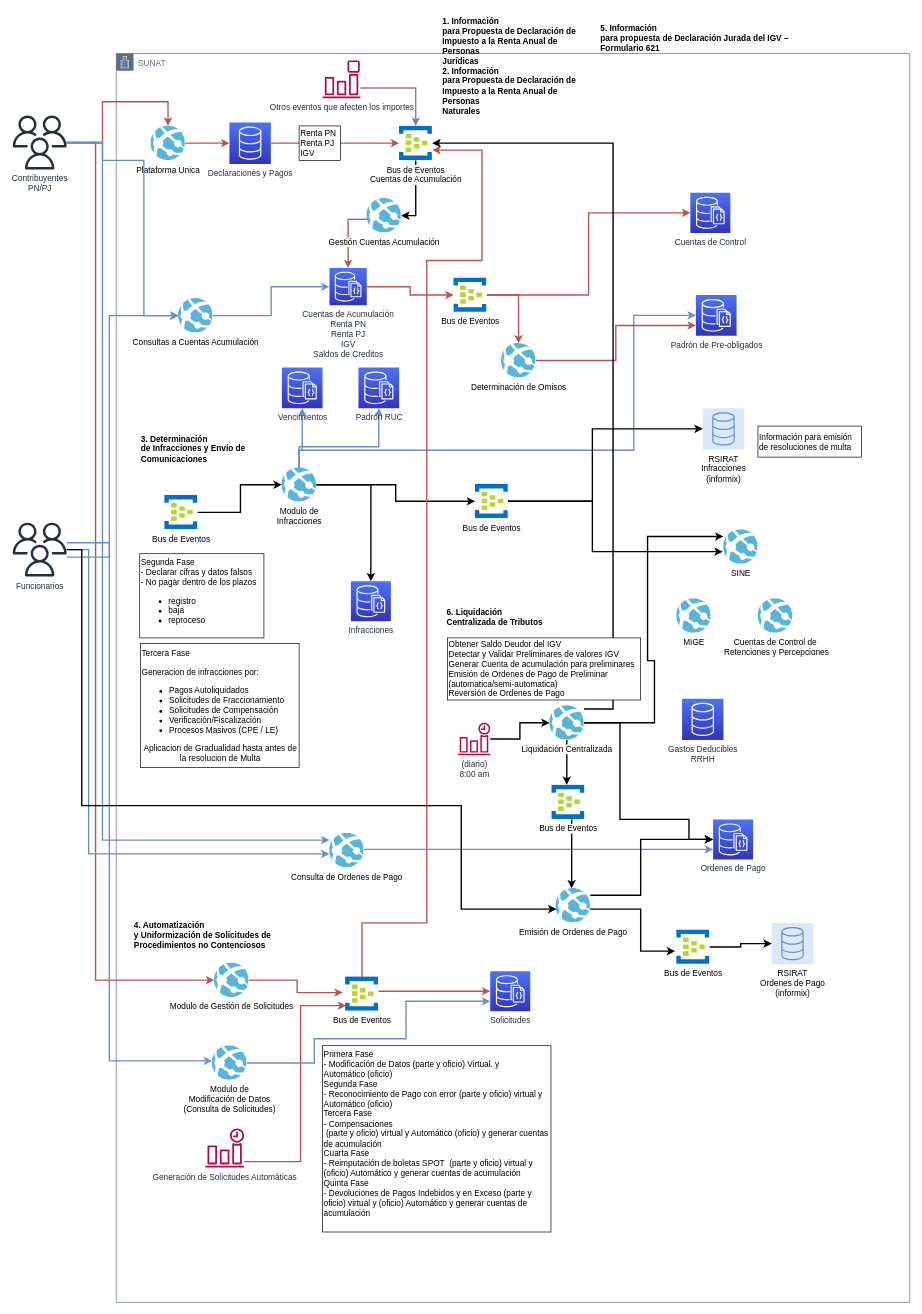
Above: Diagrama Arquitectura CU 2022-V2.drawio in skynet25/cuentaunica (draw.io), before the change. Source tidied: cells renumbered, new cells numbered last; positions are measured from the earlier drawing's top-left corner, leaving out a move shared by most shapes. Both pictures are drawn from the tidied source at 69%, with x=0, y=0 at pixel (12, 12).
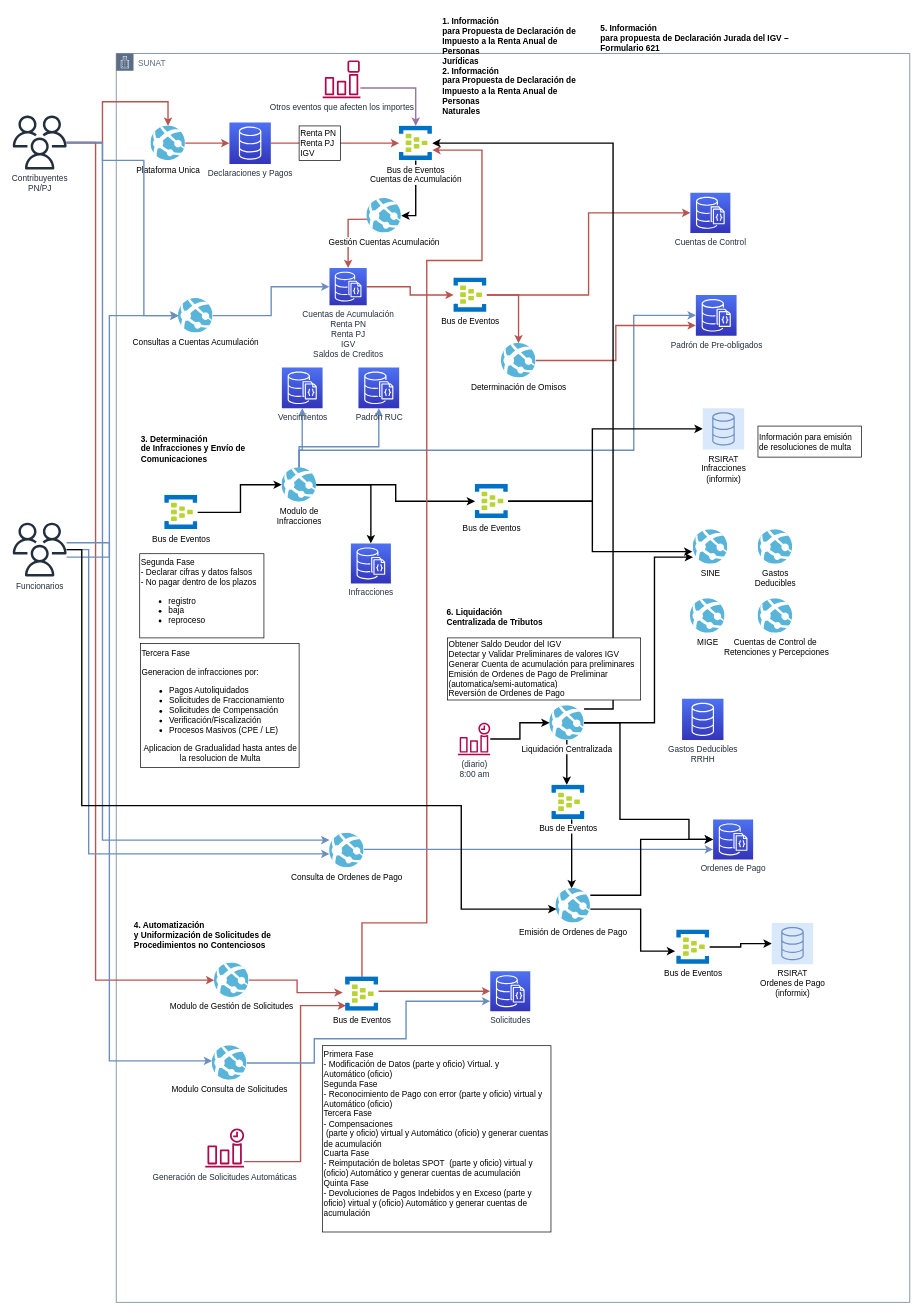
Above is the later version.

The change refers to these unchanged cells:
```xml
<mxCell id="2" value="SUNAT" style="gradientColor=none;html=1;whiteSpace=wrap;fontSize=12;fontStyle=0;shape=mxgraph.aws4.group;grIcon=mxgraph.aws4.group_corporate_data_center;strokeColor=#5A6C86;fillColor=none;verticalAlign=top;align=left;spacingLeft=30;fontColor=#5A6C86;dashed=0;" parent="1" vertex="1">
  <mxGeometry x="150" y="60" width="1150" height="1810" as="geometry" />
</mxCell>
<mxCell id="73" value="Liquidación Centralizada" style="sketch=0;html=1;points=[];align=center;image;fontSize=12;image=img/lib/mscae/App_Services.svg;" parent="2" vertex="1">
  <mxGeometry x="628" y="945" width="50" height="50" as="geometry" />
</mxCell>
```

Diff of the diagram source:
```diff
@@
     <mxCell id="25" value="Infracciones" style="sketch=0;points=[[0,0,0],[0.25,0,0],[0.5,0,0],[0.75,0,0],[1,0,0],[0,1,0],[0.25,1,0],[0.5,1,0],[0.75,1,0],[1,1,0],[0,0.25,0],[0,0.5,0],[0,0.75,0],[1,0.25,0],[1,0.5,0],[1,0.75,0]];outlineConnect=0;fontColor=#232F3E;gradientColor=#4D72F3;gradientDirection=north;fillColor=#3334B9;strokeColor=#ffffff;dashed=0;verticalLabelPosition=bottom;verticalAlign=top;align=center;html=1;fontSize=12;fontStyle=0;shape=mxgraph.aws4.resourceIcon;resIcon=mxgraph.aws4.documentdb_with_mongodb_compatibility;" parent="2" vertex="1">
-      <mxGeometry x="340" y="765" width="58" height="58" as="geometry" />
+      <mxGeometry x="340" y="710" width="58" height="58" as="geometry" />
     </mxCell>
@@
-    <mxCell id="42" value="Modulo de &lt;br&gt;Modificación de Datos&lt;br&gt;(Consulta de Solicitudes)" style="sketch=0;html=1;points=[];align=center;image;fontSize=12;image=img/lib/mscae/App_Services.svg;" parent="2" vertex="1">
+    <mxCell id="42" value="Modulo&amp;nbsp;Consulta de Solicitudes" style="sketch=0;html=1;points=[];align=center;image;fontSize=12;image=img/lib/mscae/App_Services.svg;" parent="2" vertex="1">
       <mxGeometry x="138.9" y="1438" width="50" height="50" as="geometry" />
     </mxCell>
@@
     <mxCell id="56" value="MIGE" style="sketch=0;html=1;align=center;image;fontSize=12;image=img/lib/mscae/App_Services.svg;" parent="2" vertex="1">
-      <mxGeometry x="812" y="790" width="50" height="50" as="geometry" />
+      <mxGeometry x="832" y="790" width="50" height="50" as="geometry" />
     </mxCell>
@@
     <mxCell id="69" value="SINE" style="sketch=0;html=1;points=[];align=center;image;fontSize=12;image=img/lib/mscae/App_Services.svg;" parent="2" vertex="1">
-      <mxGeometry x="880" y="690" width="50" height="50" as="geometry" />
+      <mxGeometry x="836" y="690" width="50" height="50" as="geometry" />
     </mxCell>
     <mxCell id="70" style="edgeStyle=orthogonalEdgeStyle;rounded=0;jettySize=auto;html=1;strokeWidth=2;" parent="2" edge="1" source="73" target="69">
       <mxGeometry relative="1" as="geometry">
         <Array as="points">
           <mxPoint x="780" y="970" />
-          <mxPoint x="780" y="880" />
-          <mxPoint x="770" y="880" />
-          <mxPoint x="770" y="700" />
+          <mxPoint x="780" y="730" />
         </Array>
       </mxGeometry>
     </mxCell>
@@
+    <mxCell id="92" value="Gastos&lt;br&gt;Deducibles" style="sketch=0;html=1;align=center;image;fontSize=12;image=img/lib/mscae/App_Services.svg;" parent="2" vertex="1">
+      <mxGeometry x="930" y="690" width="50" height="50" as="geometry" />
+    </mxCell>
```
